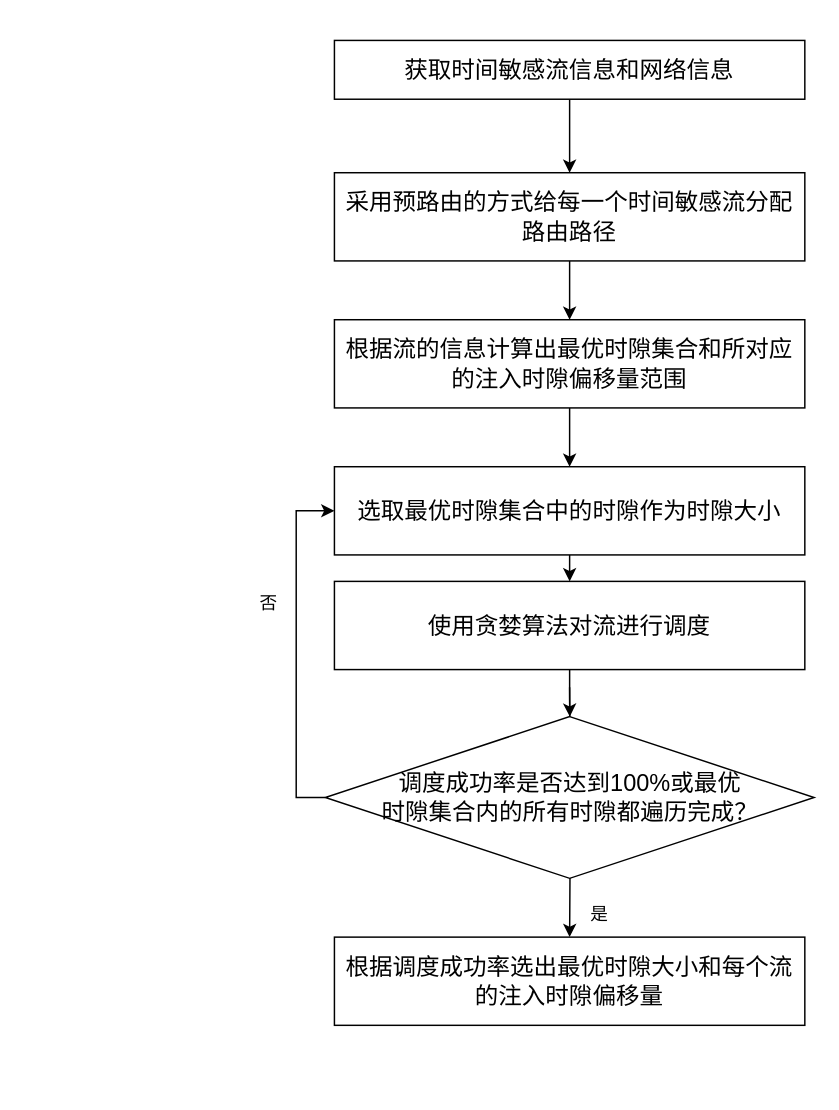
This is 专利.drawio from AliChen0731/First, a draw.io file, before an edit. Source tidied: cells renumbered, new cells numbered last; positions are measured from the earlier drawing's top-left corner, leaving out a move shared by most shapes. Both pictures are drawn from the tidied source at 147%, with x=0, y=0 at pixel (238, 40).
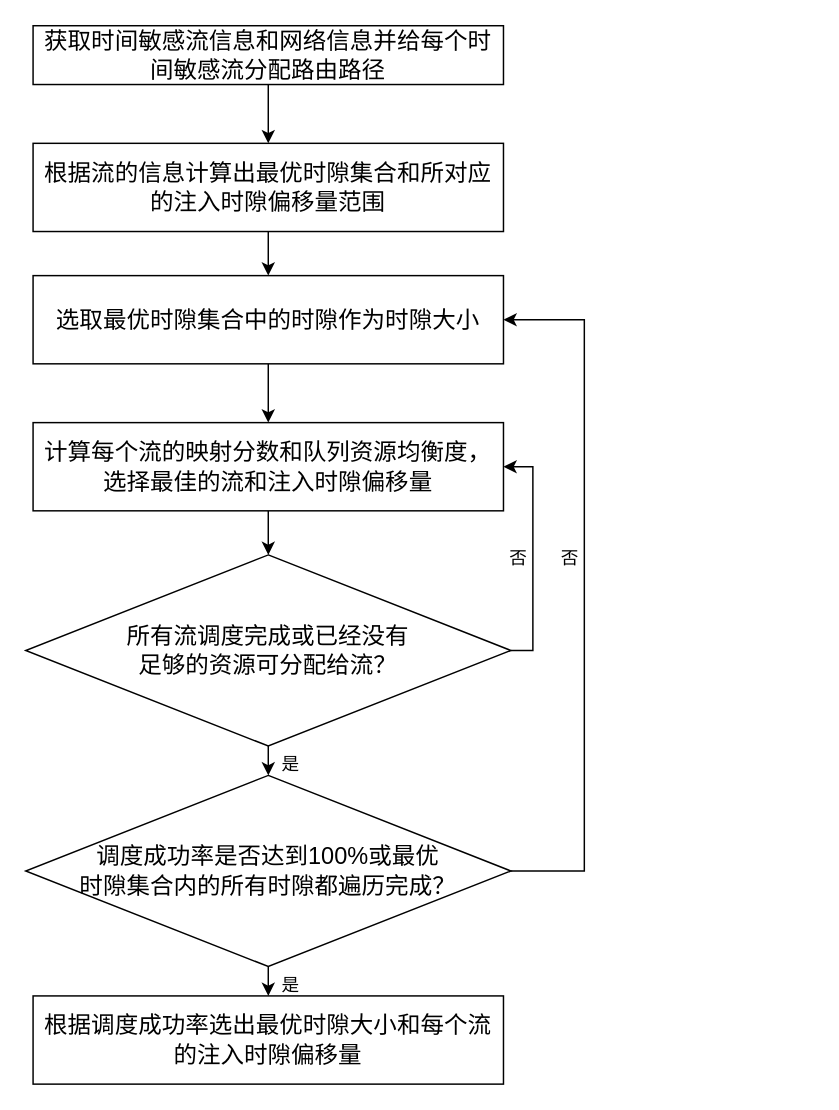
The same diagram, later.

The edit, as a diff of the source:
```diff
@@
-    <mxCell id="2" style="edgeStyle=orthogonalEdgeStyle;rounded=0;jettySize=auto;html=1;" parent="1" edge="1" source="3" target="5">
-      <mxGeometry relative="1" as="geometry" />
-    </mxCell>
+    <mxCell id="18" style="edgeStyle=orthogonalEdgeStyle;rounded=0;jettySize=auto;html=1;exitX=0.5;exitY=1;exitDx=0;exitDy=0;entryX=0.5;entryY=0;entryDx=0;entryDy=0;" parent="1" edge="1" source="3" target="7">
+      <mxGeometry relative="1" as="geometry" />
+    </mxCell>
-    <mxCell id="3" value="&lt;font face=&quot;Times New Roman&quot; style=&quot;font-size: 16px;&quot;&gt;获取时间敏感流信息和网络信息&lt;/font&gt;" style="rounded=0;whiteSpace=wrap;html=1;" parent="1" vertex="1">
-      <mxGeometry x="65" width="320" height="40" as="geometry" />
+    <mxCell id="3" value="&lt;font face=&quot;Times New Roman&quot; style=&quot;font-size: 16px;&quot;&gt;获取时间敏感流信息和网络信息并给每个时间敏感流分配路由路径&lt;/font&gt;" style="rounded=0;whiteSpace=wrap;html=1;" parent="1" vertex="1">
+      <mxGeometry x="-140" y="-10" width="320" height="40" as="geometry" />
     </mxCell>
-    <mxCell id="4" style="edgeStyle=orthogonalEdgeStyle;rounded=0;jettySize=auto;html=1;" parent="1" edge="1" source="5" target="7">
-      <mxGeometry relative="1" as="geometry" />
-    </mxCell>
-    <mxCell id="5" value="&lt;font face=&quot;Times New Roman&quot; style=&quot;font-size: 16px;&quot;&gt;采用预路由的方式给每一个时间敏感流分配路由路径&lt;/font&gt;" style="whiteSpace=wrap;html=1;rounded=0;" parent="1" vertex="1">
-      <mxGeometry x="65" y="90" width="320" height="60" as="geometry" />
-    </mxCell>
-    <mxCell id="6" style="edgeStyle=orthogonalEdgeStyle;rounded=0;jettySize=auto;html=1;" parent="1" edge="1" source="7" target="9">
+    <mxCell id="6" style="edgeStyle=orthogonalEdgeStyle;rounded=0;jettySize=auto;html=1;exitX=0.5;exitY=1;exitDx=0;exitDy=0;entryX=0.5;entryY=0;entryDx=0;entryDy=0;" parent="1" edge="1" source="7" target="9">
       <mxGeometry relative="1" as="geometry" />
     </mxCell>
     <mxCell id="7" value="&lt;font face=&quot;Times New Roman&quot; style=&quot;font-size: 16px;&quot;&gt;根据流的信息计算出最优时隙集合和所对应的注入时隙偏移量范围&lt;/font&gt;" style="whiteSpace=wrap;html=1;rounded=0;" parent="1" vertex="1">
-      <mxGeometry x="65" y="190" width="320" height="60" as="geometry" />
+      <mxGeometry x="-140" y="70" width="320" height="60" as="geometry" />
     </mxCell>
+    <mxCell id="11" value="&lt;font face=&quot;Times New Roman&quot;&gt;&lt;span style=&quot;font-size: 16px;&quot;&gt;根据调度成功率选出最优时隙大小和每个流的注入时隙偏移量&lt;/span&gt;&lt;/font&gt;" style="whiteSpace=wrap;html=1;rounded=0;" parent="1" vertex="1">
+      <mxGeometry x="-140" y="650" width="320" height="60" as="geometry" />
+    </mxCell>
+    <mxCell id="19" style="edgeStyle=orthogonalEdgeStyle;rounded=0;jettySize=auto;html=1;exitX=0.5;exitY=1;exitDx=0;exitDy=0;entryX=0.5;entryY=0;entryDx=0;entryDy=0;" parent="1" edge="1" source="13" target="11">
+      <mxGeometry relative="1" as="geometry" />
+    </mxCell>
+    <mxCell id="12" style="edgeStyle=orthogonalEdgeStyle;rounded=0;jettySize=auto;html=1;exitX=1;exitY=0.5;exitDx=0;exitDy=0;entryX=1;entryY=0.5;entryDx=0;entryDy=0;" parent="1" edge="1" source="13" target="9">
+      <mxGeometry relative="1" as="geometry">
+        <Array as="points">
+          <mxPoint x="235" y="565" />
+          <mxPoint x="235" y="190" />
+        </Array>
+      </mxGeometry>
+    </mxCell>
+    <mxCell id="13" value="&lt;font style=&quot;font-size: 16px;&quot;&gt;调度成功率是否达到100%或最优&lt;br&gt;时隙集合内的所有时隙都遍历完成？&lt;br&gt;&lt;/font&gt;" style="rhombus;whiteSpace=wrap;html=1;" parent="1" vertex="1">
+      <mxGeometry x="-145" y="500" width="330" height="130" as="geometry" />
+    </mxCell>
+    <mxCell id="20" style="edgeStyle=orthogonalEdgeStyle;rounded=0;jettySize=auto;html=1;exitX=0.5;exitY=1;exitDx=0;exitDy=0;entryX=0.5;entryY=0;entryDx=0;entryDy=0;" parent="1" edge="1" source="17" target="23">
+      <mxGeometry relative="1" as="geometry" />
+    </mxCell>
+    <mxCell id="17" value="&lt;font style=&quot;font-size: 16px;&quot;&gt;计算每个流的映射分数和队列资源均衡度，选择最佳的流和注入时隙偏移量&lt;/font&gt;" style="rounded=0;whiteSpace=wrap;html=1;" parent="1" vertex="1">
+      <mxGeometry x="-140" y="260" width="320" height="60" as="geometry" />
+    </mxCell>
@@
     <mxCell id="9" value="&lt;font face=&quot;Times New Roman&quot;&gt;&lt;span style=&quot;font-size: 16px;&quot;&gt;选取最优时隙集合中的时隙作为时隙大小&lt;/span&gt;&lt;/font&gt;" style="whiteSpace=wrap;html=1;rounded=0;" parent="1" vertex="1">
-      <mxGeometry x="65" y="290" width="320" height="60" as="geometry" />
+      <mxGeometry x="-140" y="160" width="320" height="60" as="geometry" />
     </mxCell>
-    <mxCell id="10" style="edgeStyle=orthogonalEdgeStyle;rounded=0;jettySize=auto;html=1;" parent="1" edge="1" target="11">
-      <mxGeometry relative="1" as="geometry">
-        <mxPoint x="225" y="440" as="sourcePoint" />
-      </mxGeometry>
-    </mxCell>
-    <mxCell id="11" value="&lt;font face=&quot;Times New Roman&quot;&gt;&lt;span style=&quot;font-size: 16px;&quot;&gt;根据调度成功率选出最优时隙大小和每个流的注入时隙偏移量&lt;/span&gt;&lt;/font&gt;" style="whiteSpace=wrap;html=1;rounded=0;" parent="1" vertex="1">
-      <mxGeometry x="65" y="610" width="320" height="60" as="geometry" />
-    </mxCell>
-    <mxCell id="12" style="edgeStyle=orthogonalEdgeStyle;rounded=0;jettySize=auto;html=1;entryX=0;entryY=0.5;entryDx=0;entryDy=0;" parent="1" edge="1" source="13" target="9">
-      <mxGeometry relative="1" as="geometry">
-        <Array as="points">
-          <mxPoint x="39" y="515" />
-          <mxPoint x="39" y="320" />
-        </Array>
-      </mxGeometry>
-    </mxCell>
-    <mxCell id="13" value="&lt;font style=&quot;font-size: 16px;&quot;&gt;调度成功率是否达到100%或最优&lt;br&gt;时隙集合内的所有时隙都遍历完成？&lt;br&gt;&lt;/font&gt;" style="rhombus;whiteSpace=wrap;html=1;" parent="1" vertex="1">
-      <mxGeometry x="58.8" y="460" width="332.5" height="110" as="geometry" />
-    </mxCell>
-    <mxCell id="14" value="是" style="text;html=1;align=center;verticalAlign=middle;strokeColor=none;fillColor=none;" parent="1" vertex="1">
-      <mxGeometry x="225" y="580" width="40" height="30" as="geometry" />
-    </mxCell>
-    <mxCell id="15" value="否" style="text;html=1;align=center;verticalAlign=middle;strokeColor=none;fillColor=none;" parent="1" vertex="1">
-      <mxGeometry y="368" width="40" height="30" as="geometry" />
-    </mxCell>
-    <mxCell id="16" style="edgeStyle=orthogonalEdgeStyle;rounded=0;jettySize=auto;html=1;" parent="1" edge="1" source="17" target="13">
-      <mxGeometry relative="1" as="geometry" />
-    </mxCell>
-    <mxCell id="17" value="&lt;font style=&quot;font-size: 16px;&quot;&gt;使用贪婪算法对流进行调度&lt;/font&gt;" style="rounded=0;whiteSpace=wrap;html=1;" parent="1" vertex="1">
-      <mxGeometry x="65" y="368" width="320" height="60" as="geometry" />
-    </mxCell>
+    <mxCell id="21" style="edgeStyle=orthogonalEdgeStyle;rounded=0;jettySize=auto;html=1;exitX=0.5;exitY=1;exitDx=0;exitDy=0;entryX=0.5;entryY=0;entryDx=0;entryDy=0;" parent="1" edge="1" source="23" target="13">
+      <mxGeometry relative="1" as="geometry" />
+    </mxCell>
+    <mxCell id="22" style="edgeStyle=orthogonalEdgeStyle;rounded=0;jettySize=auto;html=1;entryX=1;entryY=0.5;entryDx=0;entryDy=0;" parent="1" edge="1" source="23" target="17">
+      <mxGeometry relative="1" as="geometry">
+        <Array as="points">
+          <mxPoint x="200" y="415" />
+          <mxPoint x="200" y="290" />
+        </Array>
+      </mxGeometry>
+    </mxCell>
+    <mxCell id="23" value="&lt;font style=&quot;font-size: 16px;&quot;&gt;所有流调度完成或已经没有&lt;br&gt;足够的资源可分配给流？&lt;/font&gt;" style="rhombus;whiteSpace=wrap;html=1;" parent="1" vertex="1">
+      <mxGeometry x="-145" y="350" width="330" height="130" as="geometry" />
+    </mxCell>
+    <mxCell id="24" value="是" style="text;html=1;align=center;verticalAlign=middle;strokeColor=none;fillColor=none;" parent="1" vertex="1">
+      <mxGeometry x="15" y="478" width="40" height="30" as="geometry" />
+    </mxCell>
+    <mxCell id="25" value="否" style="text;html=1;align=center;verticalAlign=middle;strokeColor=none;fillColor=none;" parent="1" vertex="1">
+      <mxGeometry x="170" y="338" width="40" height="30" as="geometry" />
+    </mxCell>
+    <mxCell id="26" value="否" style="text;html=1;align=center;verticalAlign=middle;strokeColor=none;fillColor=none;" parent="1" vertex="1">
+      <mxGeometry x="205" y="338" width="40" height="30" as="geometry" />
+    </mxCell>
+    <mxCell id="27" value="是" style="text;html=1;align=center;verticalAlign=middle;strokeColor=none;fillColor=none;" parent="1" vertex="1">
+      <mxGeometry x="15" y="628" width="40" height="30" as="geometry" />
+    </mxCell>
```
